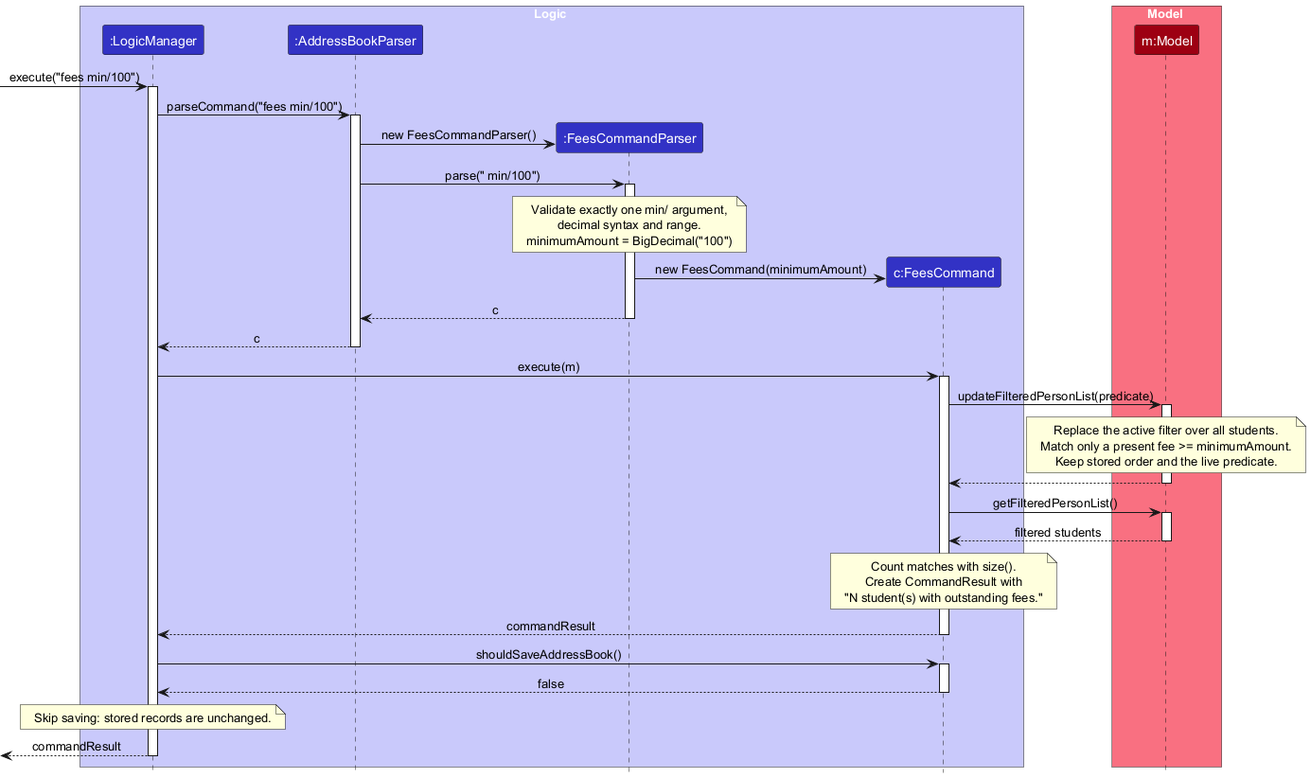
This is docs/images/FeesSequenceDiagram.png from AY2627S1-CS2103T-F09-2a/tp, a PlantUML export, as it was before one commit. Its diagram source:
```plantuml
@startuml
!include style.puml
skinparam ArrowFontStyle plain

box Logic LOGIC_COLOR_T1
participant ":LogicManager" as Logic LOGIC_COLOR
participant ":AddressBookParser" as Parser LOGIC_COLOR
participant ":FeesCommandParser" as FeesParser LOGIC_COLOR
participant "c:FeesCommand" as Fees LOGIC_COLOR
end box

box Model MODEL_COLOR_T1
participant "m:Model" as Model MODEL_COLOR
end box

[-> Logic : execute("fees min/100")
activate Logic
Logic -> Parser : parseCommand("fees min/100")
activate Parser
create FeesParser
Parser -> FeesParser : new FeesCommandParser()
Parser -> FeesParser : parse(" min/100")
activate FeesParser
note over FeesParser
Validate exactly one min/ argument,
decimal syntax and range.
minimumAmount = BigDecimal("100")
end note
create Fees
FeesParser -> Fees : new FeesCommand(minimumAmount)
FeesParser --> Parser : c
deactivate FeesParser
Parser --> Logic : c
deactivate Parser

Logic -> Fees : execute(m)
activate Fees
Fees -> Model : updateFilteredPersonList(predicate)
activate Model
note over Model
Replace the active filter over all students.
Match only a present fee >= minimumAmount.
Keep stored order and the live predicate.
end note
Model --> Fees
deactivate Model
Fees -> Model : getFilteredPersonList()
activate Model
Model --> Fees : filtered students
deactivate Model
note over Fees
Count matches with size().
Create CommandResult with
"N student(s) with outstanding fees."
end note
Fees --> Logic : commandResult
deactivate Fees
Logic -> Fees : shouldSaveAddressBook()
activate Fees
Fees --> Logic : false
deactivate Fees
note over Logic
Skip saving: stored records are unchanged.
end note
[<-- Logic : commandResult
deactivate Logic
@enduml
```
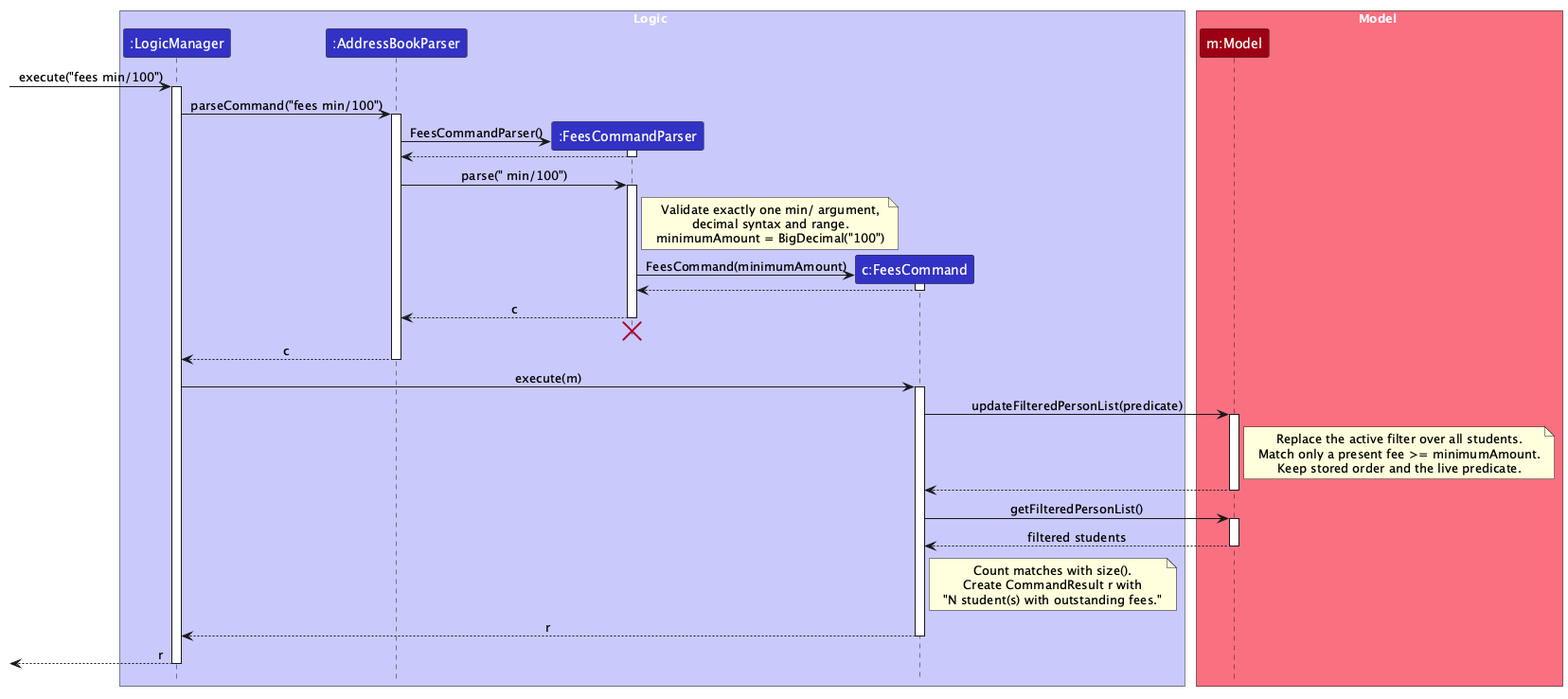
The same file after the commit.

The edit, as a diff of the source:
```diff
@@ -17,19 +17,32 @@
 activate Logic
 Logic -> Parser : parseCommand("fees min/100")
 activate Parser
+
 create FeesParser
-Parser -> FeesParser : new FeesCommandParser()
+Parser -> FeesParser : FeesCommandParser()
+activate FeesParser
+FeesParser --> Parser
+deactivate FeesParser
+
 Parser -> FeesParser : parse(" min/100")
 activate FeesParser
-note over FeesParser
+note right of FeesParser
 Validate exactly one min/ argument,
 decimal syntax and range.
 minimumAmount = BigDecimal("100")
 end note
+
 create Fees
-FeesParser -> Fees : new FeesCommand(minimumAmount)
+FeesParser -> Fees : FeesCommand(minimumAmount)
+activate Fees
+Fees --> FeesParser
+deactivate Fees
+
 FeesParser --> Parser : c
 deactivate FeesParser
+FeesParser -[hidden]-> Parser
+destroy FeesParser
+
 Parser --> Logic : c
 deactivate Parser
 
@@ -37,7 +50,7 @@
 activate Fees
 Fees -> Model : updateFilteredPersonList(predicate)
 activate Model
-note over Model
+note right of Model
 Replace the active filter over all students.
 Match only a present fee >= minimumAmount.
 Keep stored order and the live predicate.
@@ -48,20 +61,14 @@
 activate Model
 Model --> Fees : filtered students
 deactivate Model
-note over Fees
+note right of Fees
 Count matches with size().
-Create CommandResult with
+Create CommandResult r with
 "N student(s) with outstanding fees."
 end note
-Fees --> Logic : commandResult
+Fees --> Logic : r
 deactivate Fees
-Logic -> Fees : shouldSaveAddressBook()
-activate Fees
-Fees --> Logic : false
-deactivate Fees
-note over Logic
-Skip saving: stored records are unchanged.
-end note
-[<-- Logic : commandResult
+
+[<-- Logic : r
 deactivate Logic
 @enduml
```
